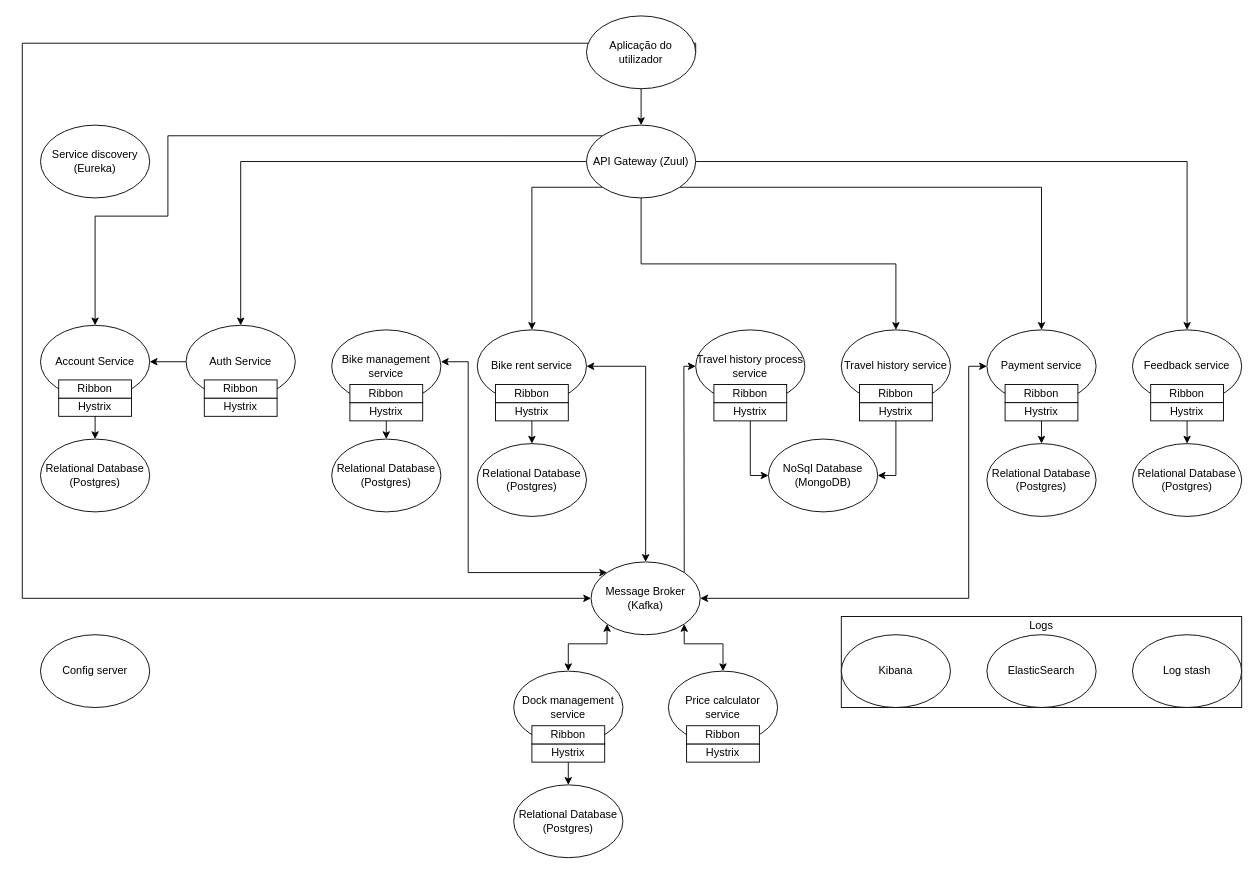
danielpinto8zz6/BikeSharing keeps this draw.io diagram as architecture.drawio. Above is the earlier version. Source tidied: cells renumbered, new cells numbered last; positions are measured from the earlier drawing's top-left corner, leaving out a move shared by most shapes. Both pictures are drawn from the tidied source at 91%, with x=0, y=0 at pixel (22, 15).
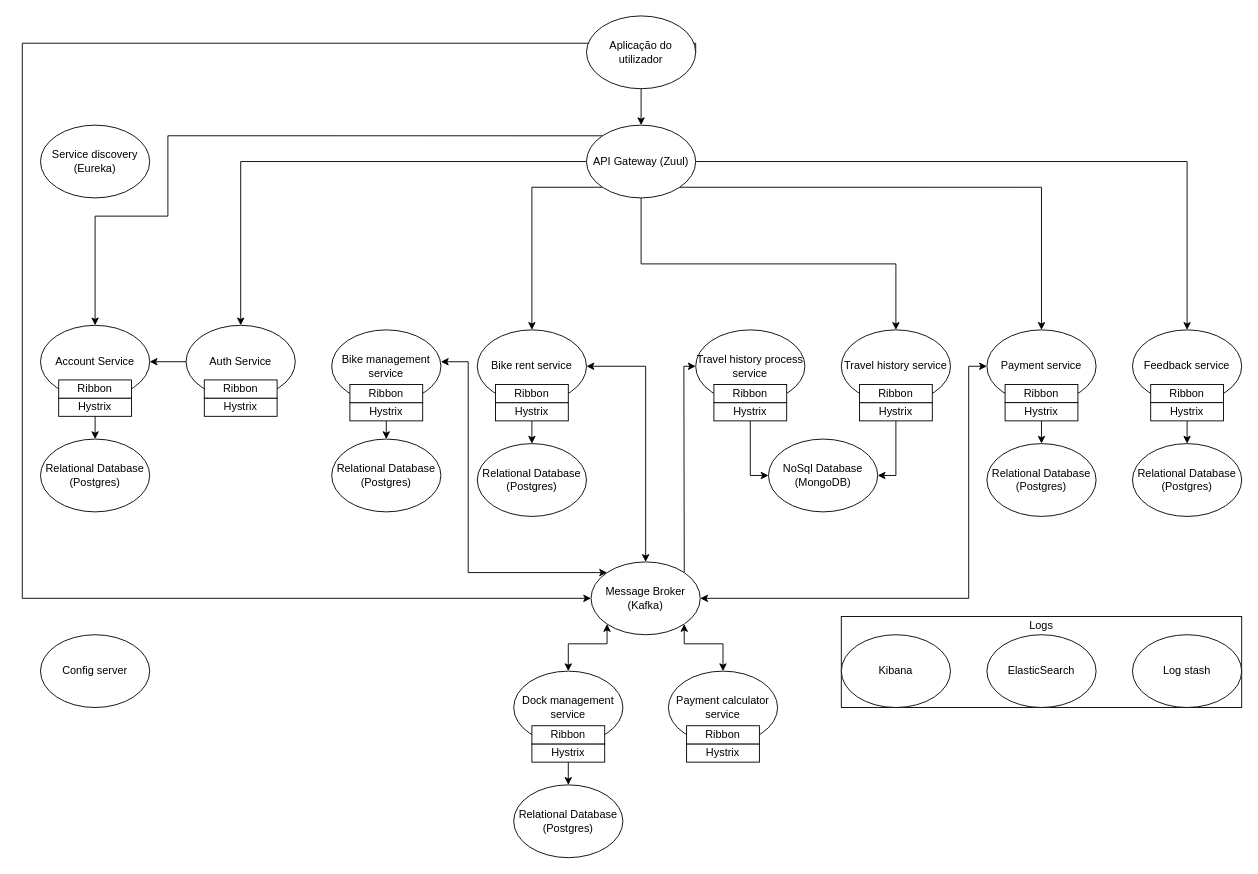
The same page after the edit.

Unchanged cells that the change refers to:
```xml
<mxCell id="74" style="group;" parent="1" vertex="1">
  <mxGeometry x="710" y="720" width="120" height="100" as="geometry" />
</mxCell>
```

What changed in the source:
```diff
@@
-    <mxCell id="75" value="Price calculator service" style="ellipse;whiteSpace=wrap;html=1;" parent="74" vertex="1">
+    <mxCell id="75" value="Payment calculator service" style="ellipse;whiteSpace=wrap;html=1;" parent="74" vertex="1">
       <mxGeometry width="120" height="80" as="geometry" />
     </mxCell>
```
